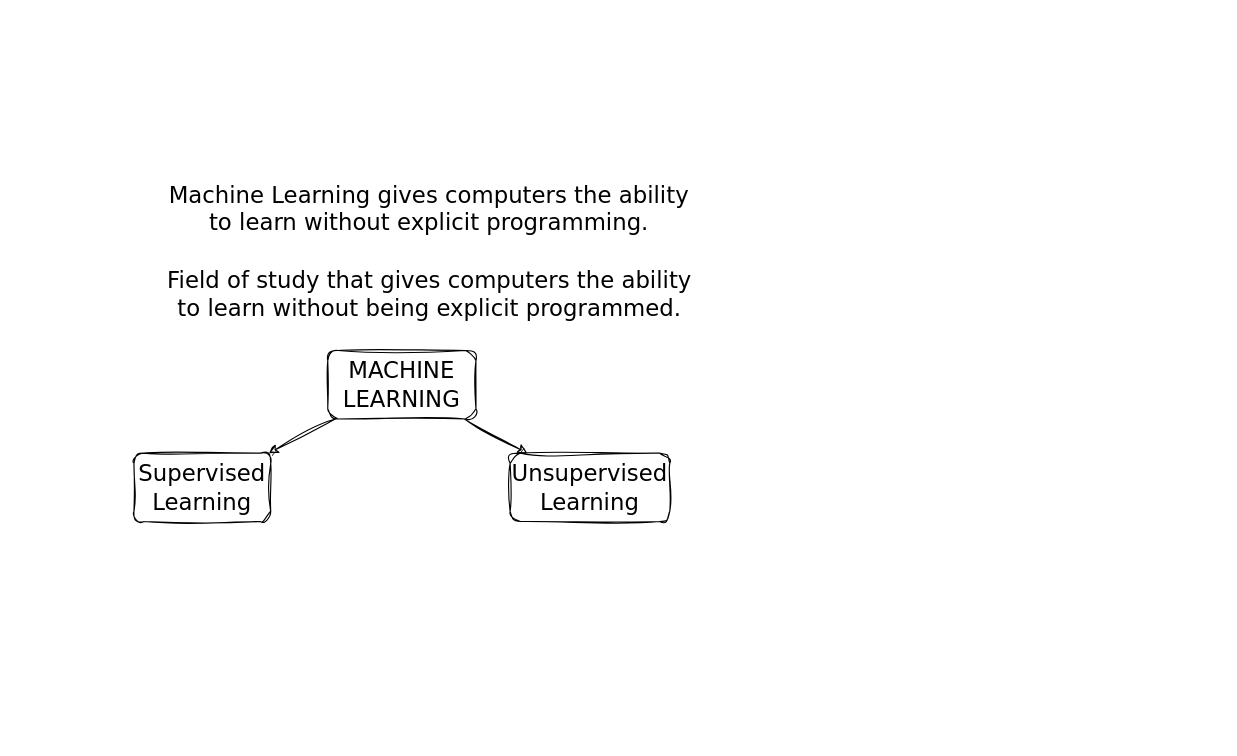
Earlier version of the draw.io diagram MLLearning/basis.drawio (harshalkharabe/Python). Source tidied: cells renumbered, new cells numbered last; positions are measured from the earlier drawing's top-left corner, leaving out a move shared by most shapes. Both pictures are drawn from the tidied source at 114%, with x=0, y=0 at pixel (133, 156).
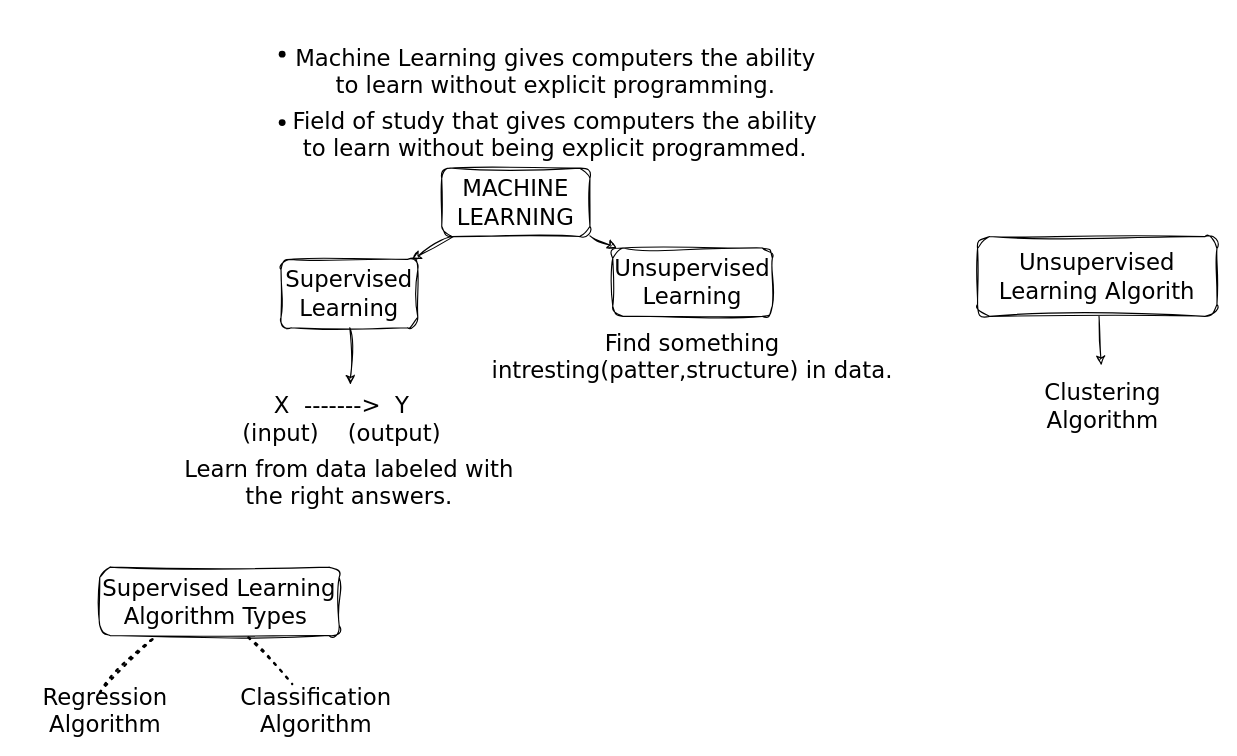
Above is the later version.

Change to the diagram source:
```diff
@@
     <mxCell id="4" value="&lt;p&gt;&lt;font face=&quot;Verdana&quot;&gt;MACHINE LEARNING&lt;/font&gt;&lt;/p&gt;" style="rounded=1;whiteSpace=wrap;html=1;sketch=1;hachureGap=4;jiggle=2;curveFitting=1;fontFamily=Architects Daughter;fontSize=20;fontStyle=0;verticalAlign=middle;align=center;glass=0;shadow=0;fillStyle=auto;" parent="1" vertex="1">
-      <mxGeometry x="170" y="170" width="130" height="60" as="geometry" />
+      <mxGeometry x="270" y="10" width="130" height="60" as="geometry" />
     </mxCell>
+    <mxCell id="9" style="edgeStyle=none;sketch=1;hachureGap=4;jiggle=2;curveFitting=1;html=1;fontFamily=Architects Daughter;fontSize=16;entryX=0.528;entryY=0;entryDx=0;entryDy=0;entryPerimeter=0;" parent="1" edge="1" source="5" target="11">
+      <mxGeometry relative="1" as="geometry" />
+    </mxCell>
     <mxCell id="5" value="&lt;font face=&quot;Verdana&quot;&gt;Supervised&lt;br&gt;Learning&lt;/font&gt;" style="whiteSpace=wrap;html=1;fontSize=20;fontFamily=Architects Daughter;rounded=1;sketch=1;hachureGap=4;jiggle=2;curveFitting=1;fontStyle=0;glass=0;shadow=0;fillStyle=auto;" parent="1" vertex="1">
-      <mxGeometry y="260" width="120" height="60" as="geometry" />
+      <mxGeometry x="129" y="90" width="120" height="60" as="geometry" />
     </mxCell>
     <mxCell id="6" value="&lt;font face=&quot;Verdana&quot;&gt;Unsupervised&lt;br&gt;Learning&lt;/font&gt;" style="whiteSpace=wrap;html=1;fontSize=20;fontFamily=Architects Daughter;rounded=1;sketch=1;hachureGap=4;jiggle=2;curveFitting=1;fontStyle=0;glass=0;shadow=0;fillStyle=auto;" parent="1" vertex="1">
-      <mxGeometry x="330" y="260" width="140" height="60" as="geometry" />
+      <mxGeometry x="420" y="80" width="140" height="60" as="geometry" />
     </mxCell>
     <mxCell id="7" value="Machine Learning gives computers the ability to learn without explicit programming." style="text;html=1;strokeColor=none;fillColor=none;align=center;verticalAlign=middle;whiteSpace=wrap;rounded=0;shadow=0;glass=0;sketch=1;hachureGap=4;jiggle=2;fillStyle=auto;curveFitting=1;fontFamily=Verdana;fontSize=20;" parent="1" vertex="1">
-      <mxGeometry x="19" width="480" height="90" as="geometry" />
+      <mxGeometry x="130" y="-120" width="480" height="90" as="geometry" />
     </mxCell>
     <mxCell id="8" value="Field of study that gives computers the ability to learn without being explicit programmed." style="text;html=1;strokeColor=none;fillColor=none;align=center;verticalAlign=middle;whiteSpace=wrap;rounded=0;shadow=0;glass=0;sketch=1;hachureGap=4;jiggle=2;fillStyle=auto;curveFitting=1;fontFamily=Verdana;fontSize=20;" parent="1" vertex="1">
-      <mxGeometry x="19" y="90" width="481" height="60" as="geometry" />
+      <mxGeometry x="129" y="-50" width="481" height="60" as="geometry" />
     </mxCell>
+    <mxCell id="10" style="shape=waypoint;sketch=1;size=6;fillColor=default;perimeter=centerPerimeter;fontSize=20;fontFamily=Architects Daughter;rounded=1;hachureGap=4;jiggle=2;curveFitting=1;fontStyle=0;glass=0;shadow=0;fillStyle=auto;" parent="1" vertex="1">
+      <mxGeometry x="50" y="370" width="20" height="20" as="geometry" />
+    </mxCell>
+    <mxCell id="11" value="&lt;font face=&quot;Verdana&quot;&gt;X&amp;nbsp; -------&amp;gt;&amp;nbsp; Y&lt;br&gt;(input)&amp;nbsp; &amp;nbsp; (output)&lt;/font&gt;" style="text;html=1;strokeColor=none;fillColor=none;align=center;verticalAlign=middle;whiteSpace=wrap;rounded=0;sketch=1;hachureGap=4;jiggle=2;curveFitting=1;fontFamily=Architects Daughter;fontSize=20;" parent="1" vertex="1">
+      <mxGeometry x="50" y="200" width="265" height="60" as="geometry" />
+    </mxCell>
+    <mxCell id="12" value="Supervised Learning Algorithm Types&amp;nbsp;" style="rounded=1;whiteSpace=wrap;html=1;sketch=1;hachureGap=4;jiggle=2;curveFitting=1;fontFamily=Verdana;fontSize=20;labelBackgroundColor=none;" parent="1" vertex="1">
+      <mxGeometry x="-30" y="360" width="210" height="60" as="geometry" />
+    </mxCell>
+    <mxCell id="13" value="Regression Algorithm" style="text;html=1;strokeColor=none;fillColor=none;align=center;verticalAlign=middle;whiteSpace=wrap;rounded=0;labelBackgroundColor=none;sketch=1;hachureGap=4;jiggle=2;curveFitting=1;fontFamily=Verdana;fontSize=20;" parent="1" vertex="1">
+      <mxGeometry x="-100" y="470" width="150" height="30" as="geometry" />
+    </mxCell>
+    <mxCell id="14" style="endArrow=none;dashed=1;html=1;dashPattern=1 3;strokeWidth=2;sketch=1;hachureGap=4;jiggle=2;curveFitting=1;fontFamily=Verdana;fontSize=16;exitX=0.621;exitY=1.029;exitDx=0;exitDy=0;exitPerimeter=0;" parent="1" edge="1" source="12" target="15">
+      <mxGeometry relative="1" as="geometry" />
+    </mxCell>
+    <mxCell id="15" value="Classification Algorithm" style="text;html=1;strokeColor=none;fillColor=none;align=center;verticalAlign=middle;whiteSpace=wrap;rounded=0;labelBackgroundColor=none;sketch=1;hachureGap=4;jiggle=2;curveFitting=1;fontFamily=Verdana;fontSize=20;" parent="1" vertex="1">
+      <mxGeometry x="60" y="462.5" width="200" height="45" as="geometry" />
+    </mxCell>
+    <mxCell id="16" value="Learn from data labeled with the right answers." style="text;html=1;strokeColor=none;fillColor=none;align=center;verticalAlign=middle;whiteSpace=wrap;rounded=0;labelBackgroundColor=none;sketch=1;hachureGap=4;jiggle=2;curveFitting=1;fontFamily=Verdana;fontSize=20;" parent="1" vertex="1">
+      <mxGeometry x="29" y="230" width="320" height="110" as="geometry" />
+    </mxCell>
+    <mxCell id="17" value="Find something intresting(patter,structure) in data." style="text;html=1;strokeColor=none;fillColor=none;align=center;verticalAlign=middle;whiteSpace=wrap;rounded=0;labelBackgroundColor=none;sketch=1;hachureGap=4;jiggle=2;curveFitting=1;fontFamily=Verdana;fontSize=20;" parent="1" vertex="1">
+      <mxGeometry x="310" y="150" width="360" height="50" as="geometry" />
+    </mxCell>
+    <mxCell id="18" style="edgeStyle=none;sketch=1;hachureGap=4;jiggle=2;curveFitting=1;html=1;fontFamily=Verdana;fontSize=16;" parent="1" edge="1" source="19" target="20">
+      <mxGeometry relative="1" as="geometry" />
+    </mxCell>
+    <mxCell id="19" value="&lt;font face=&quot;Verdana&quot;&gt;Unsupervised&lt;br&gt;Learning Algorith&lt;/font&gt;" style="whiteSpace=wrap;html=1;fontSize=20;fontFamily=Architects Daughter;rounded=1;sketch=1;hachureGap=4;jiggle=2;curveFitting=1;fontStyle=0;glass=0;shadow=0;fillStyle=auto;" parent="1" vertex="1">
+      <mxGeometry x="740" y="70" width="210" height="70" as="geometry" />
+    </mxCell>
+    <mxCell id="20" value="Clustering Algorithm" style="text;html=1;strokeColor=none;fillColor=none;align=center;verticalAlign=middle;whiteSpace=wrap;rounded=0;labelBackgroundColor=none;sketch=1;hachureGap=4;jiggle=2;curveFitting=1;fontFamily=Verdana;fontSize=20;" parent="1" vertex="1">
+      <mxGeometry x="760" y="183" width="180" height="70" as="geometry" />
+    </mxCell>
+    <mxCell id="21" style="shape=waypoint;sketch=0;fillStyle=solid;size=6;fillColor=none;perimeter=centerPerimeter;labelBackgroundColor=none;hachureGap=4;jiggle=2;curveFitting=1;fontFamily=Verdana;fontSize=20;" parent="1" vertex="1">
+      <mxGeometry x="120" y="-100" width="20" height="20" as="geometry" />
+    </mxCell>
+    <mxCell id="22" style="shape=waypoint;sketch=0;fillStyle=solid;size=6;fillColor=none;perimeter=centerPerimeter;labelBackgroundColor=none;hachureGap=4;jiggle=2;curveFitting=1;fontFamily=Verdana;fontSize=20;" parent="1" vertex="1">
+      <mxGeometry x="120" y="-40" width="20" height="20" as="geometry" />
+    </mxCell>
+    <mxCell id="23" style="endArrow=none;dashed=1;html=1;dashPattern=1 3;strokeWidth=2;sketch=1;hachureGap=4;jiggle=2;curveFitting=1;fontFamily=Architects Daughter;fontSize=16;" parent="1" edge="1">
+      <mxGeometry relative="1" as="geometry">
+        <mxPoint x="-30" y="470" as="sourcePoint" />
+        <mxPoint x="20" y="420" as="targetPoint" />
+      </mxGeometry>
+    </mxCell>
```
